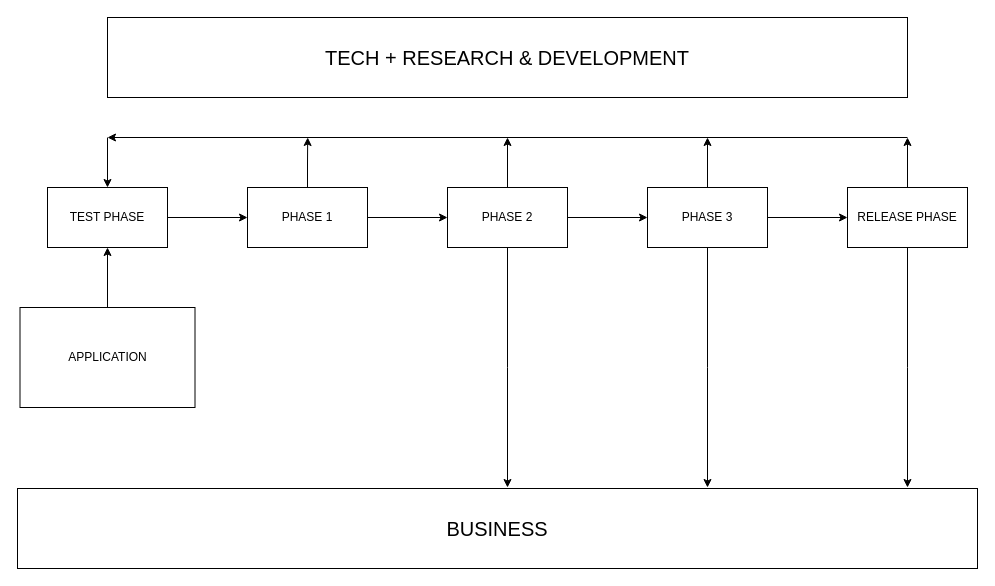
Tran-Long-Vu/AppVocabFR keeps this draw.io diagram as Biểu đồ không có tiêu đề.drawio. Above is the earlier version. Source tidied: cells renumbered, new cells numbered last; positions are measured from the earlier drawing's top-left corner, leaving out a move shared by most shapes. Both pictures are drawn from the tidied source at 100%, with x=0, y=0 at pixel (17, 17).
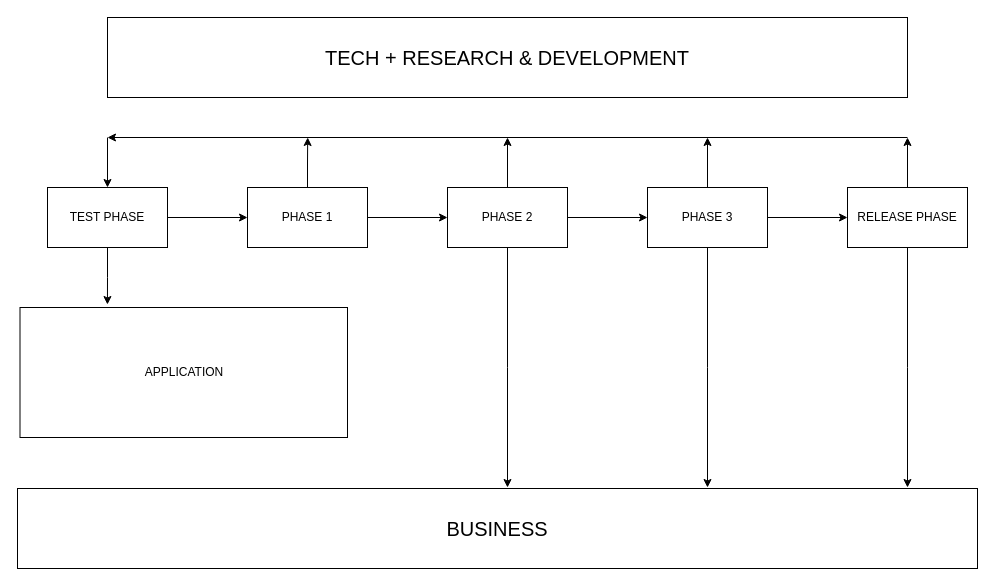
After the change.

The change refers to these unchanged cells:
```xml
<mxCell id="5" value="TEST PHASE" style="rounded=0;whiteSpace=wrap;html=1;" parent="1" vertex="1">
  <mxGeometry x="30" y="170" width="120" height="60" as="geometry" />
</mxCell>
```

Diff of the diagram source:
```diff
@@
-    <mxCell id="2" style="edgeStyle=orthogonalEdgeStyle;rounded=0;jettySize=auto;html=1;exitX=0.5;exitY=0;exitDx=0;exitDy=0;entryX=0.5;entryY=1;entryDx=0;entryDy=0;" parent="1" edge="1" source="3" target="5">
-      <mxGeometry relative="1" as="geometry" />
-    </mxCell>
     <mxCell id="3" value="APPLICATION" style="rounded=0;whiteSpace=wrap;html=1;" parent="1" vertex="1">
-      <mxGeometry x="2.5" y="290" width="175" height="100" as="geometry" />
+      <mxGeometry x="2.5" y="290" width="327.5" height="130" as="geometry" />
     </mxCell>
@@
+    <mxCell id="24" style="edgeStyle=orthogonalEdgeStyle;rounded=0;jettySize=auto;html=1;entryX=0.267;entryY=-0.023;entryDx=0;entryDy=0;entryPerimeter=0;" parent="1" edge="1" source="5" target="3">
+      <mxGeometry relative="1" as="geometry" />
+    </mxCell>
```
